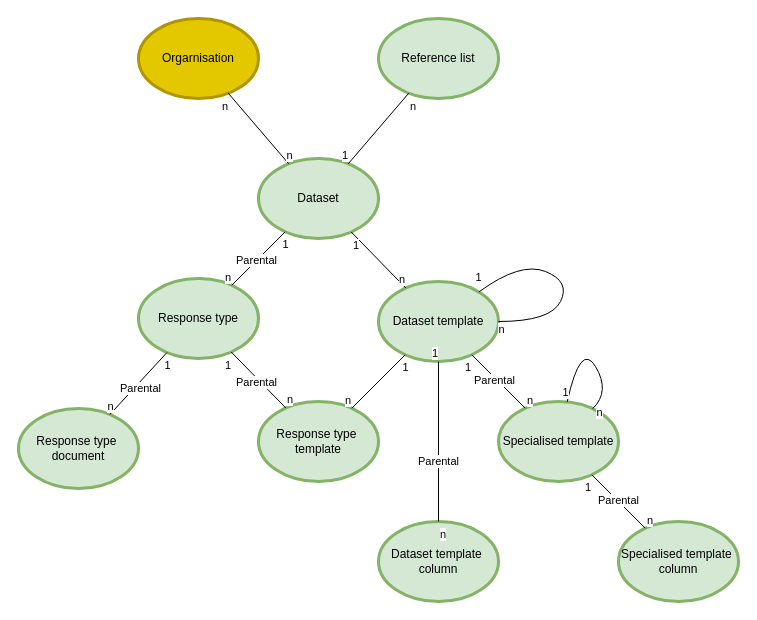
Above: page "T-Dataset" (5 of 13) of Data portal.drawio in danieldotskc/helloworld (draw.io), before the change. Source tidied: cells renumbered, new cells numbered last; positions are measured from the earlier drawing's top-left corner, leaving out a move shared by most shapes. Both pictures are drawn from the tidied source at 100%, with x=0, y=0 at pixel (18, 18).
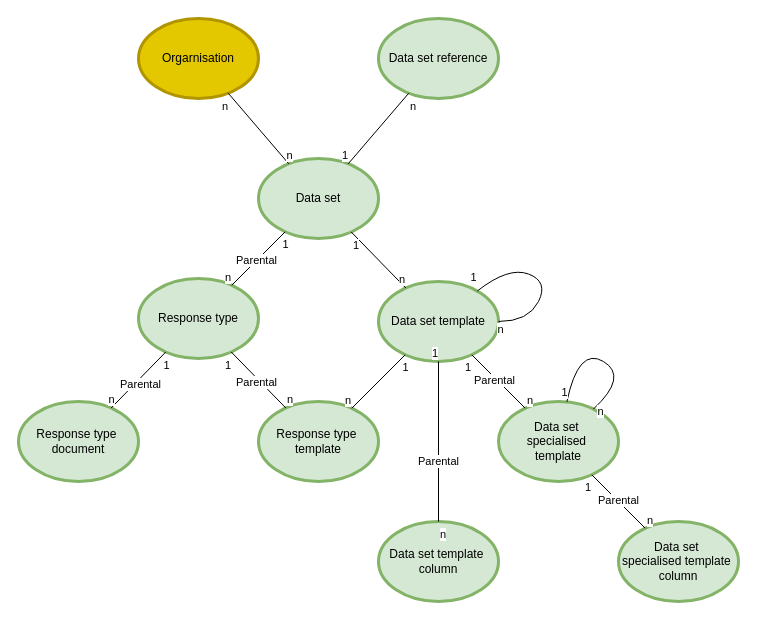
After the change.

Change to the diagram source:
```diff
@@
-    <mxCell id="2" value="Dataset" style="ellipse;whiteSpace=wrap;html=1;fillColor=#d5e8d4;strokeColor=#82b366;strokeWidth=3;" parent="1" vertex="1">
+    <mxCell id="2" value="Data set" style="ellipse;whiteSpace=wrap;html=1;fillColor=#d5e8d4;strokeColor=#82b366;strokeWidth=3;" parent="1" vertex="1">
       <mxGeometry x="240" y="140" width="120" height="80" as="geometry" />
     </mxCell>
-    <mxCell id="3" value="Dataset template&amp;nbsp;&lt;div&gt;column&lt;/div&gt;" style="ellipse;whiteSpace=wrap;html=1;fillColor=#d5e8d4;strokeColor=#82b366;strokeWidth=3;" parent="1" vertex="1">
+    <mxCell id="3" value="Data set template&amp;nbsp;&lt;div&gt;column&lt;/div&gt;" style="ellipse;whiteSpace=wrap;html=1;fillColor=#d5e8d4;strokeColor=#82b366;strokeWidth=3;" parent="1" vertex="1">
       <mxGeometry x="360" y="503" width="120" height="80" as="geometry" />
     </mxCell>
-    <mxCell id="4" value="Dataset template" style="ellipse;whiteSpace=wrap;html=1;fillColor=#d5e8d4;strokeColor=#82b366;strokeWidth=3;" parent="1" vertex="1">
+    <mxCell id="4" value="Data set template" style="ellipse;whiteSpace=wrap;html=1;fillColor=#d5e8d4;strokeColor=#82b366;strokeWidth=3;" parent="1" vertex="1">
       <mxGeometry x="360" y="263" width="120" height="80" as="geometry" />
     </mxCell>
-    <mxCell id="5" value="Reference list" style="ellipse;whiteSpace=wrap;html=1;fillColor=#d5e8d4;strokeColor=#82b366;strokeWidth=3;" parent="1" vertex="1">
+    <mxCell id="5" value="Data set reference" style="ellipse;whiteSpace=wrap;html=1;fillColor=#d5e8d4;strokeColor=#82b366;strokeWidth=3;" parent="1" vertex="1">
       <mxGeometry x="360" width="120" height="80" as="geometry" />
     </mxCell>
-    <mxCell id="6" value="Specialised template" style="ellipse;whiteSpace=wrap;html=1;fillColor=#d5e8d4;strokeColor=#82b366;strokeWidth=3;" parent="1" vertex="1">
+    <mxCell id="6" value="Data set&amp;nbsp;&lt;div&gt;specialised&amp;nbsp;&lt;/div&gt;&lt;div&gt;template&lt;/div&gt;" style="ellipse;whiteSpace=wrap;html=1;fillColor=#d5e8d4;strokeColor=#82b366;strokeWidth=3;" parent="1" vertex="1">
       <mxGeometry x="480" y="383" width="120" height="80" as="geometry" />
     </mxCell>
-    <mxCell id="7" value="Specialised template&amp;nbsp;&lt;div&gt;column&lt;/div&gt;" style="ellipse;whiteSpace=wrap;html=1;fillColor=#d5e8d4;strokeColor=#82b366;strokeWidth=3;" parent="1" vertex="1">
+    <mxCell id="7" value="Data set&amp;nbsp;&lt;div&gt;specialised template&amp;nbsp;&lt;div&gt;column&lt;/div&gt;&lt;/div&gt;" style="ellipse;whiteSpace=wrap;html=1;fillColor=#d5e8d4;strokeColor=#82b366;strokeWidth=3;" parent="1" vertex="1">
       <mxGeometry x="600" y="503" width="120" height="80" as="geometry" />
     </mxCell>
@@
     <mxCell id="10" value="Response type&amp;nbsp;&lt;div&gt;document&lt;br&gt;&lt;/div&gt;" style="ellipse;whiteSpace=wrap;html=1;fillColor=#d5e8d4;strokeColor=#82b366;strokeWidth=3;" parent="1" vertex="1">
-      <mxGeometry y="390" width="120" height="80" as="geometry" />
+      <mxGeometry y="383" width="120" height="80" as="geometry" />
     </mxCell>
@@
     <mxCell id="48" style="curved=1;endArrow=none;html=1;rounded=0;endFill=0;" parent="1" edge="1" source="4" target="4">
       <mxGeometry relative="1" as="geometry">
         <Array as="points">
-          <mxPoint x="532" y="303" />
-          <mxPoint x="552" y="263" />
-          <mxPoint x="502" y="243" />
+          <mxPoint x="510" y="303" />
+          <mxPoint x="530" y="263" />
+          <mxPoint x="490" y="248" />
         </Array>
       </mxGeometry>
     </mxCell>
@@
     <mxCell id="51" style="curved=1;endArrow=none;html=1;rounded=0;endFill=0;" parent="1" edge="1" source="6" target="6">
       <mxGeometry relative="1" as="geometry">
         <Array as="points">
-          <mxPoint x="562" y="323" />
-          <mxPoint x="592" y="373" />
+          <mxPoint x="560" y="328" />
+          <mxPoint x="610" y="358" />
         </Array>
       </mxGeometry>
     </mxCell>
```
